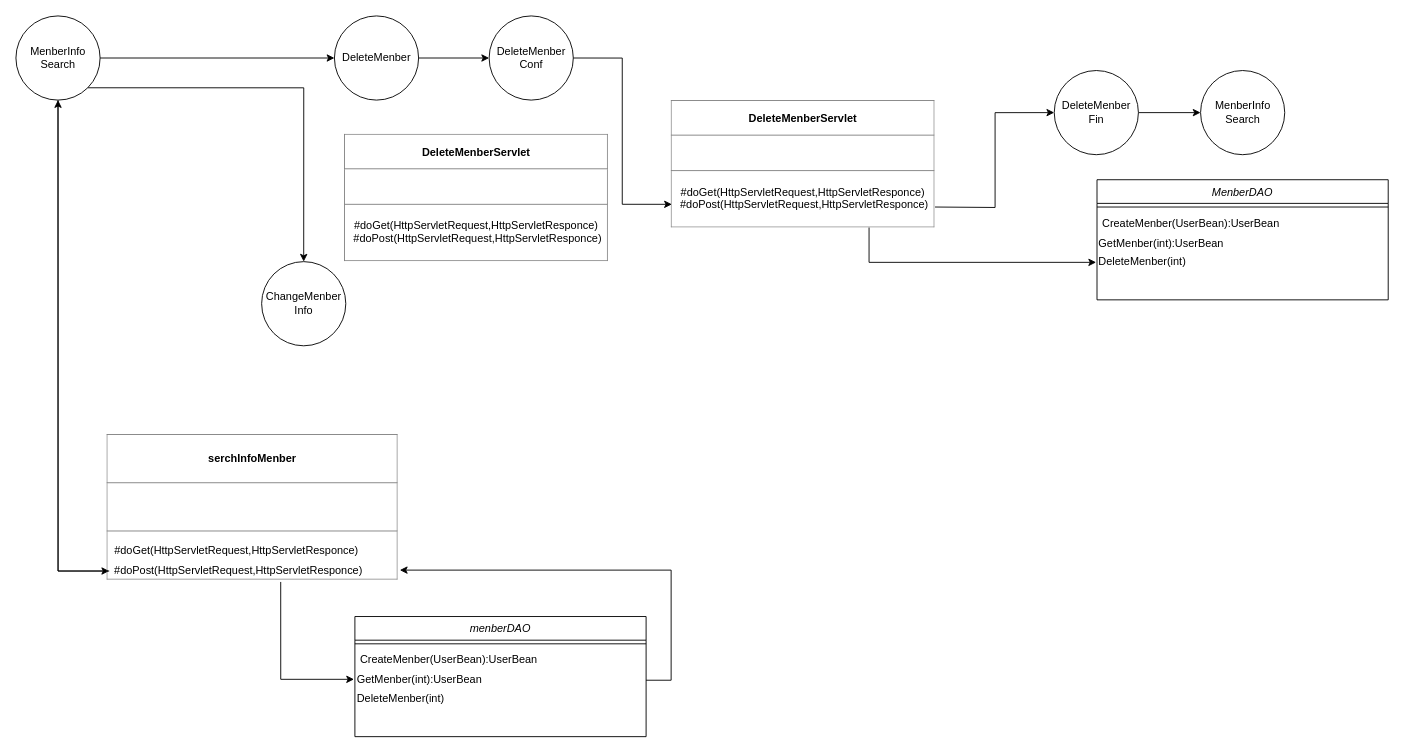
Before: page "MenberInfoSearch" (4 of 4) of path/内部設計/クラス図.drawio in 2022java42-student004/Library, a draw.io diagram. Source tidied: cells renumbered, new cells numbered last; positions are measured from the earlier drawing's top-left corner, leaving out a move shared by most shapes. Both pictures are drawn from the tidied source at 91%, with x=0, y=0 at pixel (15, 15).
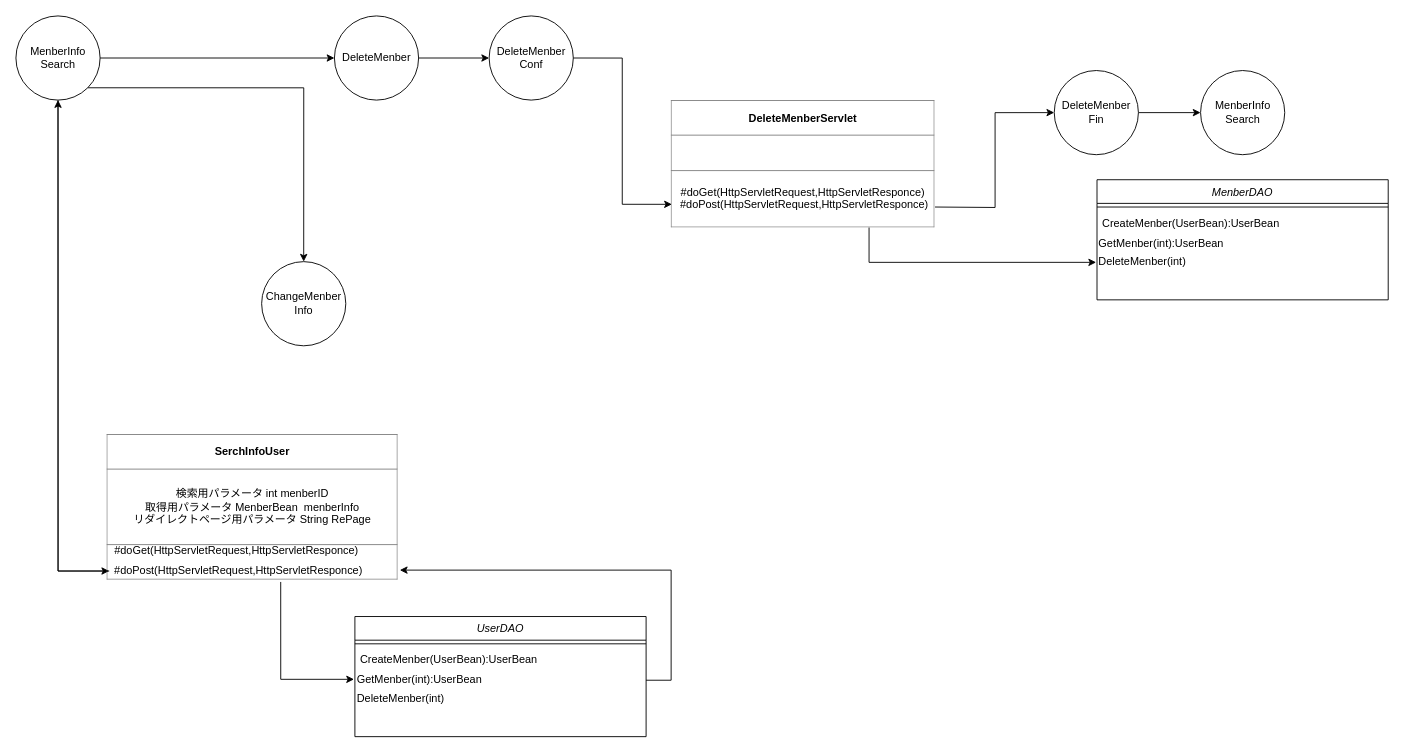
Above is the later version.

Diff of the diagram source:
```diff
@@
-    <mxCell id="9" value="&lt;table border=&quot;1&quot; width=&quot;100%&quot; height=&quot;100%&quot; cellpadding=&quot;4&quot; style=&quot;width:100%;height:100%;border-collapse:collapse;&quot;&gt;&lt;tbody&gt;&lt;tr&gt;&lt;th align=&quot;center&quot;&gt;serchInfoMenber&lt;/th&gt;&lt;/tr&gt;&lt;tr&gt;&lt;td align=&quot;center&quot;&gt;&lt;br&gt;&lt;/td&gt;&lt;/tr&gt;&lt;tr&gt;&lt;td align=&quot;center&quot;&gt;&lt;br&gt;&lt;/td&gt;&lt;/tr&gt;&lt;/tbody&gt;&lt;/table&gt;" style="text;html=1;strokeColor=none;fillColor=none;overflow=fill;" parent="1" vertex="1">
+    <mxCell id="9" value="&lt;table border=&quot;1&quot; width=&quot;100%&quot; height=&quot;100%&quot; cellpadding=&quot;4&quot; style=&quot;width:100%;height:100%;border-collapse:collapse;&quot;&gt;&lt;tbody&gt;&lt;tr&gt;&lt;th align=&quot;center&quot;&gt;SerchInfoUser&lt;/th&gt;&lt;/tr&gt;&lt;tr&gt;&lt;td align=&quot;center&quot;&gt;検索用パラメータ int menberID&lt;br&gt;取得用パラメータ MenberBean&amp;nbsp; menberInfo&lt;br&gt;リダイレクトページ用パラメータ String RePage&lt;/td&gt;&lt;/tr&gt;&lt;tr&gt;&lt;td align=&quot;center&quot;&gt;&lt;br&gt;&lt;/td&gt;&lt;/tr&gt;&lt;/tbody&gt;&lt;/table&gt;" style="text;html=1;strokeColor=none;fillColor=none;overflow=fill;" parent="1" vertex="1">
       <mxGeometry x="100" y="460" width="320" height="160" as="geometry" />
     </mxCell>
@@
-    <mxCell id="19" value="&lt;table border=&quot;1&quot; width=&quot;100%&quot; height=&quot;100%&quot; cellpadding=&quot;4&quot; style=&quot;width:100%;height:100%;border-collapse:collapse;&quot;&gt;&lt;tbody&gt;&lt;tr&gt;&lt;th align=&quot;center&quot;&gt;DeleteMenberServlet&lt;/th&gt;&lt;/tr&gt;&lt;tr&gt;&lt;td align=&quot;center&quot;&gt;&lt;br&gt;&lt;/td&gt;&lt;/tr&gt;&lt;tr&gt;&lt;td align=&quot;center&quot;&gt;#doGet(HttpServletRequest,HttpServletResponce)&lt;br&gt;&amp;nbsp;#doPost(HttpServletRequest,HttpServletResponce)&lt;br&gt;&lt;/td&gt;&lt;/tr&gt;&lt;/tbody&gt;&lt;/table&gt;" style="text;html=1;strokeColor=none;fillColor=none;overflow=fill;" parent="1" vertex="1">
-      <mxGeometry x="361" y="130" width="290" height="140" as="geometry" />
-    </mxCell>
@@
-    <mxCell id="28" value="menberDAO" style="swimlane;fontStyle=2;align=center;verticalAlign=top;horizontal=1;startSize=26;rounded=0;shadow=0;strokeWidth=1;" parent="1" vertex="1">
+    <mxCell id="28" value="UserDAO" style="swimlane;fontStyle=2;align=center;verticalAlign=top;horizontal=1;startSize=26;rounded=0;shadow=0;strokeWidth=1;" parent="1" vertex="1">
       <mxGeometry x="372.5" y="660" width="320" height="132" as="geometry" />
     </mxCell>
```
